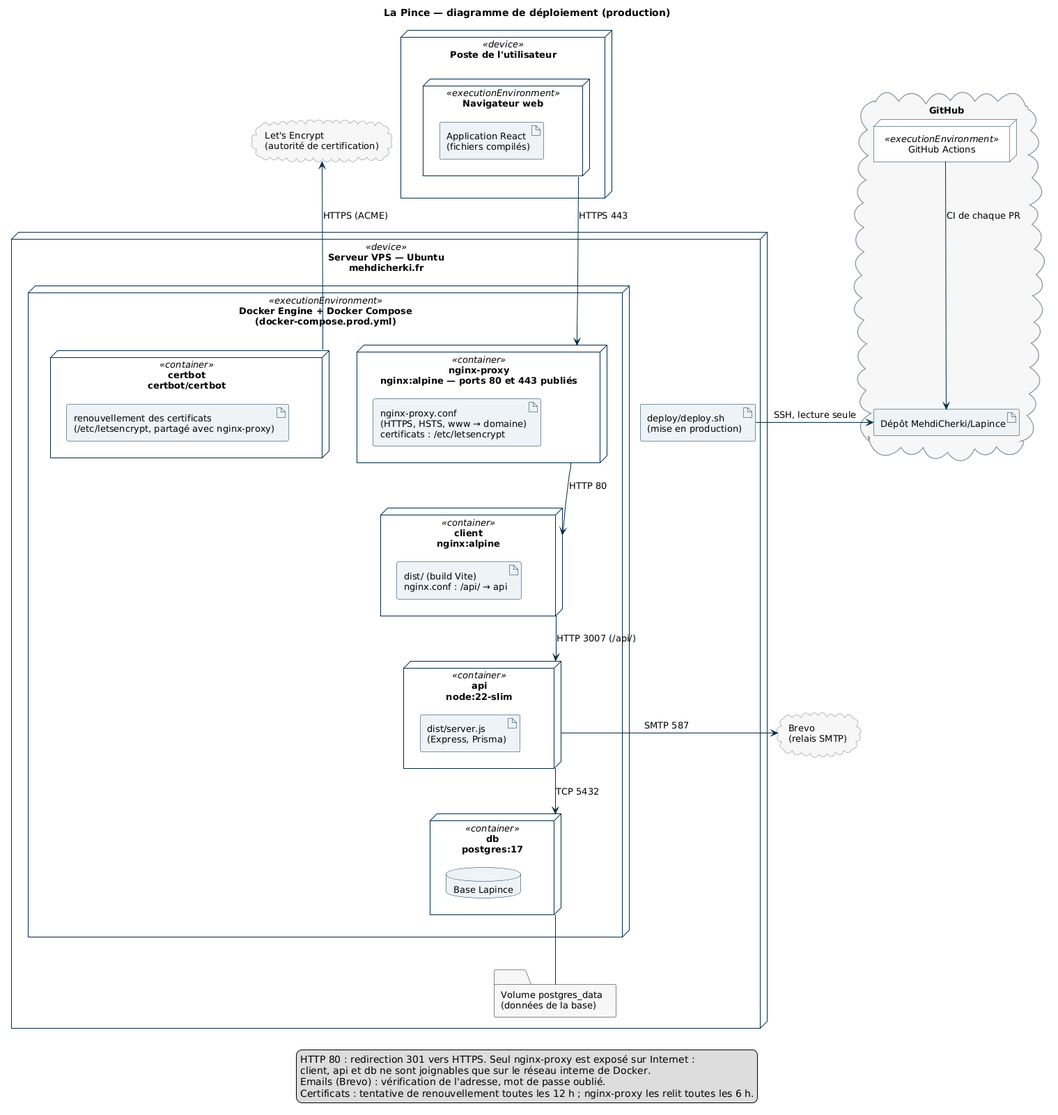
The PlantUML diagram docs/diagrammes/deploiement.png in MehdiCherki/Lapince, before a commit. Source of this version:
```plantuml
@startuml deploiement

skinparam defaultFontName "DejaVu Sans"
skinparam defaultFontSize 13
skinparam shadowing false
skinparam nodesep 50
skinparam ranksep 60
skinparam node {
  BackgroundColor #FFFFFF
  BorderColor #002B49
}
skinparam artifact {
  BackgroundColor #EEF3F7
  BorderColor #002B49
}
skinparam database {
  BackgroundColor #EEF3F7
  BorderColor #002B49
}
skinparam cloud {
  BackgroundColor #F7F7F7
  BorderColor #6B7C8A
}
skinparam ArrowColor #002B49

title La Pince — diagramme de déploiement (production)

node "Poste de l'utilisateur" <<device>> as poste {
  node "Navigateur web" <<executionEnvironment>> as navigateur {
    artifact "Application React\n(fichiers compilés)" as spa
  }
}

node "Serveur VPS — Ubuntu\nmehdicherki.fr" <<device>> as vps {
  node "Docker Engine + Docker Compose\n(docker-compose.prod.yml)" <<executionEnvironment>> as docker {
    node "nginx-proxy\nnginx:alpine — ports 80 et 443 publiés" <<container>> as proxy {
      artifact "nginx-proxy.conf\n(HTTPS, HSTS, www → domaine)\ncertificats : /etc/letsencrypt" as proxyconf
    }
    node "certbot\ncertbot/certbot" <<container>> as certbot {
      artifact "renouvellement des certificats\n(/etc/letsencrypt, partagé avec nginx-proxy)" as renew
    }
    node "client\nnginx:alpine" <<container>> as client {
      artifact "dist/ (build Vite)\nnginx.conf : /api/ → api" as dist
    }
    node "api\nnode:22-slim" <<container>> as api {
      artifact "dist/server.js\n(Express, Prisma)" as server
    }
    node "db\npostgres:17" <<container>> as db {
      database "Base Lapince" as base
    }
  }
  folder "Volume postgres_data\n(données de la base)" as volume
  artifact "deploy/deploy.sh\n(mise en production)" as deploy
}

cloud "Let's Encrypt\n(autorité de certification)" as letsencrypt
cloud "Brevo\n(relais SMTP)" as brevo
cloud "GitHub" as github {
  artifact "Dépôt MehdiCherki/Lapince" as depot
  node "GitHub Actions" <<executionEnvironment>> as ci
}

navigateur -down-> proxy : HTTPS 443
proxy -down-> client : HTTP 80
client -down-> api : HTTP 3007 (/api/)
api -down-> db : TCP 5432
db -down- volume
proxy -[hidden]right- certbot
api -right-> brevo : SMTP 587
certbot -up-> letsencrypt : HTTPS (ACME)
deploy -left-> depot : SSH, lecture seule
ci -down-> depot : CI de chaque PR

legend bottom
  HTTP 80 : redirection 301 vers HTTPS. Seul nginx-proxy est exposé sur Internet :
  client, api et db ne sont joignables que sur le réseau interne de Docker.
  Emails (Brevo) : vérification de l'adresse, mot de passe oublié.
  Certificats : tentative de renouvellement toutes les 12 h ; nginx-proxy les relit toutes les 6 h.
endlegend

@enduml
```
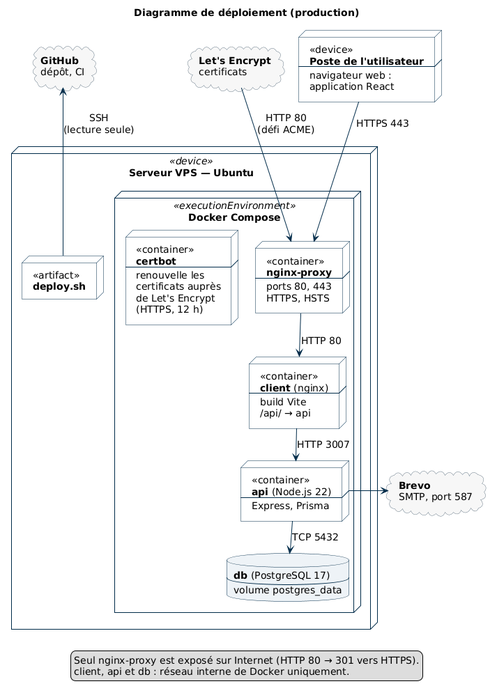
After the commit.

Diff of the diagram source:
```diff
@@ -1,16 +1,12 @@
 @startuml deploiement
 
 skinparam defaultFontName "DejaVu Sans"
-skinparam defaultFontSize 13
+skinparam defaultFontSize 14
 skinparam shadowing false
-skinparam nodesep 50
-skinparam ranksep 60
+skinparam nodesep 25
+skinparam ranksep 28
 skinparam node {
   BackgroundColor #FFFFFF
-  BorderColor #002B49
-}
-skinparam artifact {
-  BackgroundColor #EEF3F7
   BorderColor #002B49
 }
 skinparam database {
@@ -23,59 +19,86 @@
 }
 skinparam ArrowColor #002B49
 
-title La Pince — diagramme de déploiement (production)
+title Diagramme de déploiement (production)
 
-node "Poste de l'utilisateur" <<device>> as poste {
-  node "Navigateur web" <<executionEnvironment>> as navigateur {
-    artifact "Application React\n(fichiers compilés)" as spa
+cloud letsencrypt [
+**Let's Encrypt**
+certificats
+]
+
+node poste [
+<<device>>
+**Poste de l'utilisateur**
+----
+navigateur web :
+application React
+]
+
+cloud github [
+**GitHub**
+dépôt, CI
+]
+
+node "Serveur VPS — Ubuntu" <<device>> as vps {
+  node deploy [
+  <<artifact>>
+  **deploy.sh**
+  ]
+  node "Docker Compose" <<executionEnvironment>> as docker {
+    node certbot [
+    <<container>>
+    **certbot**
+    ----
+    renouvelle les
+    certificats auprès
+    de Let's Encrypt
+    (HTTPS, 12 h)
+    ]
+    node proxy [
+    <<container>>
+    **nginx-proxy**
+    ----
+    ports 80, 443
+    HTTPS, HSTS
+    ]
+    node client [
+    <<container>>
+    **client** (nginx)
+    ----
+    build Vite
+    /api/ → api
+    ]
+    node api [
+    <<container>>
+    **api** (Node.js 22)
+    ----
+    Express, Prisma
+    ]
+    database db [
+    **db** (PostgreSQL 17)
+    ----
+    volume postgres_data
+    ]
   }
 }
 
-node "Serveur VPS — Ubuntu\nmehdicherki.fr" <<device>> as vps {
-  node "Docker Engine + Docker Compose\n(docker-compose.prod.yml)" <<executionEnvironment>> as docker {
-    node "nginx-proxy\nnginx:alpine — ports 80 et 443 publiés" <<container>> as proxy {
-      artifact "nginx-proxy.conf\n(HTTPS, HSTS, www → domaine)\ncertificats : /etc/letsencrypt" as proxyconf
-    }
-    node "certbot\ncertbot/certbot" <<container>> as certbot {
-      artifact "renouvellement des certificats\n(/etc/letsencrypt, partagé avec nginx-proxy)" as renew
-    }
-    node "client\nnginx:alpine" <<container>> as client {
-      artifact "dist/ (build Vite)\nnginx.conf : /api/ → api" as dist
-    }
-    node "api\nnode:22-slim" <<container>> as api {
-      artifact "dist/server.js\n(Express, Prisma)" as server
-    }
-    node "db\npostgres:17" <<container>> as db {
-      database "Base Lapince" as base
-    }
-  }
-  folder "Volume postgres_data\n(données de la base)" as volume
-  artifact "deploy/deploy.sh\n(mise en production)" as deploy
-}
+cloud brevo [
+**Brevo**
+SMTP, port 587
+]
 
-cloud "Let's Encrypt\n(autorité de certification)" as letsencrypt
-cloud "Brevo\n(relais SMTP)" as brevo
-cloud "GitHub" as github {
-  artifact "Dépôt MehdiCherki/Lapince" as depot
-  node "GitHub Actions" <<executionEnvironment>> as ci
-}
-
-navigateur -down-> proxy : HTTPS 443
+poste -down-> proxy : HTTPS 443
+letsencrypt -down-> proxy : HTTP 80\n(défi ACME)
+deploy -up-> github : SSH\n(lecture seule)
+proxy -[hidden]left- certbot
 proxy -down-> client : HTTP 80
-client -down-> api : HTTP 3007 (/api/)
+client -down-> api : HTTP 3007
 api -down-> db : TCP 5432
-db -down- volume
-proxy -[hidden]right- certbot
-api -right-> brevo : SMTP 587
-certbot -up-> letsencrypt : HTTPS (ACME)
-deploy -left-> depot : SSH, lecture seule
-ci -down-> depot : CI de chaque PR
+api -right-> brevo
 
 legend bottom
-  HTTP 80 : redirection 301 vers HTTPS. Seul nginx-proxy est exposé sur Internet :
-  client, api et db ne sont joignables que sur le réseau interne de Docker.
-  Emails (Brevo) : vérification de l'adresse, mot de passe oublié.
-  Certificats : tentative de renouvellement toutes les 12 h ; nginx-proxy les relit toutes les 6 h.
+  Seul nginx-proxy est exposé sur Internet (HTTP 80 → 301 vers HTTPS).
+  client, api et db : réseau interne de Docker uniquement.
 endlegend
 
 @enduml
```
